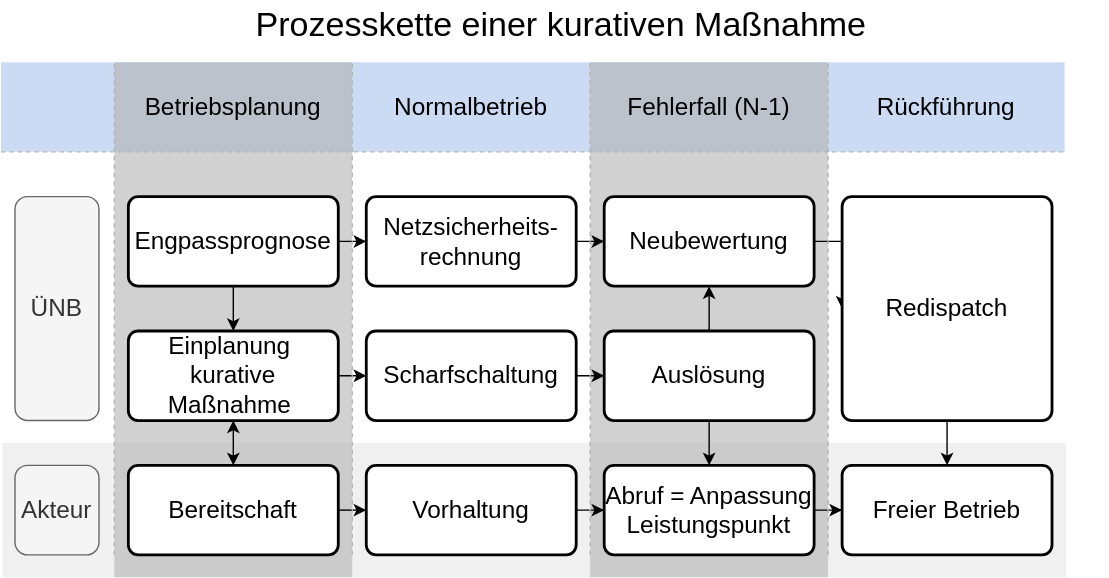
Above: figures/chapter_2/curative_process.svg in nikolaus0812/Masterarbeit-Ausgestaltung-eines-Marktmechanismus-fuer-kurative-Systemfuehrung-zur-Engpassbehebung (draw.io), before the change. Source tidied: cells renumbered, new cells last; positions are measured from the earlier drawing's top-left corner, leaving out a move shared by most shapes.
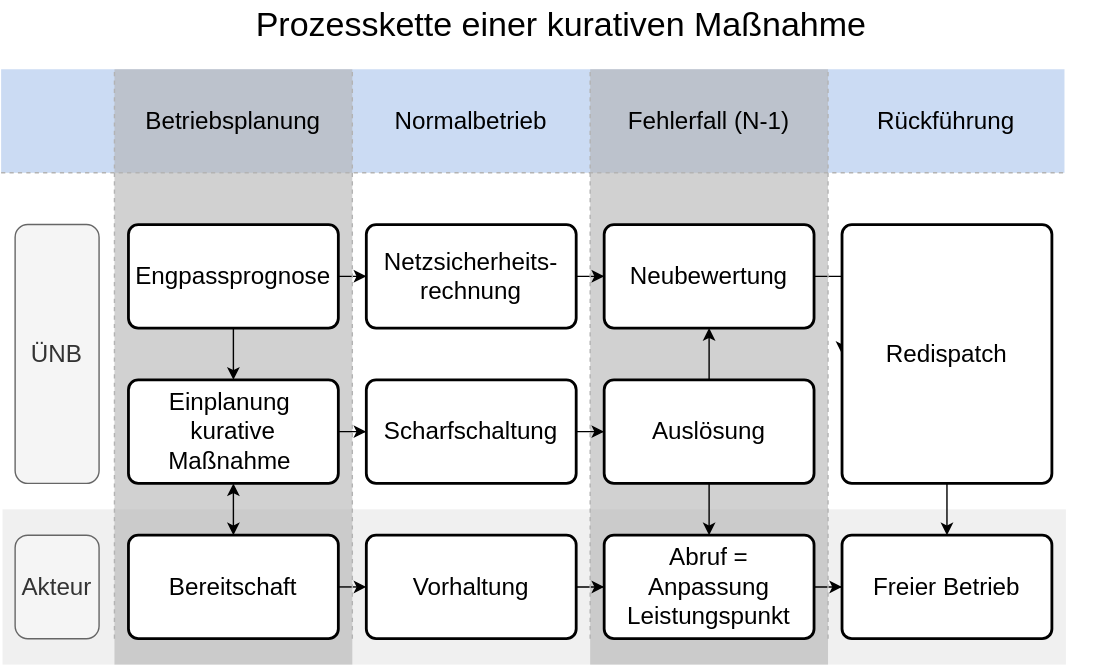
The same file after the commit.

Diff of the diagram source:
```diff
@@ -2,17 +2,17 @@
   <root>
     <mxCell id="0" />
     <mxCell id="1" parent="0" />
-    <mxCell id="2" style="rounded=0;whiteSpace=wrap;html=1;opacity=60;gradientColor=none;fillColor=light-dark(#E6E6E6,#EDEDED);strokeColor=none;fontSize=17.4;fontFamily=Helvetica;" parent="1" vertex="1">
-      <mxGeometry x="1" y="316" width="760" height="96" as="geometry" />
+    <mxCell id="2" style="rounded=0;whiteSpace=wrap;html=1;opacity=60;gradientColor=none;fillColor=light-dark(#E6E6E6,#EDEDED);strokeColor=none;fontSize=17.3;fontFamily=Helvetica;" parent="1" vertex="1">
+      <mxGeometry x="1" y="363.5" width="760" height="111" as="geometry" />
     </mxCell>
-    <mxCell id="3" style="rounded=0;whiteSpace=wrap;html=1;opacity=60;gradientColor=none;fillColor=light-dark(#A9C4EB,#EDEDED);strokeColor=none;fontSize=17.4;fontFamily=Helvetica;" parent="1" vertex="1">
-      <mxGeometry y="44" width="760" height="64" as="geometry" />
+    <mxCell id="3" style="rounded=0;whiteSpace=wrap;html=1;opacity=60;gradientColor=none;fillColor=light-dark(#A9C4EB,#EDEDED);strokeColor=none;fontSize=17.3;fontFamily=Helvetica;" parent="1" vertex="1">
+      <mxGeometry y="49" width="760" height="74" as="geometry" />
     </mxCell>
-    <mxCell id="4" style="rounded=0;whiteSpace=wrap;html=1;opacity=60;gradientColor=none;fillColor=light-dark(#B3B3B3,#EDEDED);strokeColor=none;fontSize=17.4;fontFamily=Helvetica;" parent="1" vertex="1">
-      <mxGeometry x="421" y="44" width="170" height="368" as="geometry" />
+    <mxCell id="4" style="rounded=0;whiteSpace=wrap;html=1;opacity=60;gradientColor=none;fillColor=light-dark(#B3B3B3,#EDEDED);strokeColor=none;fontSize=17.3;fontFamily=Helvetica;" parent="1" vertex="1">
+      <mxGeometry x="421" y="49" width="170" height="425.5" as="geometry" />
     </mxCell>
-    <mxCell id="5" style="rounded=0;whiteSpace=wrap;html=1;opacity=60;gradientColor=none;fillColor=light-dark(#B3B3B3,#EDEDED);strokeColor=none;fontSize=17.4;fontFamily=Helvetica;" parent="1" vertex="1">
-      <mxGeometry x="81" y="44" width="170" height="368" as="geometry" />
+    <mxCell id="5" style="rounded=0;whiteSpace=wrap;html=1;opacity=60;gradientColor=none;fillColor=light-dark(#B3B3B3,#EDEDED);strokeColor=none;fontSize=17.3;fontFamily=Helvetica;" parent="1" vertex="1">
+      <mxGeometry x="81" y="49" width="170" height="425.5" as="geometry" />
     </mxCell>
     <mxCell id="6" style="edgeStyle=orthogonalEdgeStyle;rounded=0;jettySize=auto;html=1;exitX=0.5;exitY=1;exitDx=0;exitDy=0;entryX=0.5;entryY=0;entryDx=0;entryDy=0;fontFamily=Helvetica;" parent="1" edge="1" source="8" target="13">
       <mxGeometry relative="1" as="geometry" />
@@ -20,79 +20,79 @@
     <mxCell id="7" style="edgeStyle=orthogonalEdgeStyle;rounded=0;jettySize=auto;html=1;fontFamily=Helvetica;" parent="1" edge="1" source="8" target="20">
       <mxGeometry relative="1" as="geometry" />
     </mxCell>
-    <mxCell id="8" value="Engpassprognose" style="rounded=1;whiteSpace=wrap;html=1;absoluteArcSize=1;arcSize=14;strokeWidth=2;fontSize=17.4;fontFamily=Helvetica;" parent="1" vertex="1">
-      <mxGeometry x="91" y="140" width="150" height="64" as="geometry" />
+    <mxCell id="8" value="Engpassprognose" style="rounded=1;whiteSpace=wrap;html=1;absoluteArcSize=1;arcSize=14;strokeWidth=2;fontSize=17.3;fontFamily=Helvetica;" parent="1" vertex="1">
+      <mxGeometry x="91" y="160" width="150" height="74" as="geometry" />
     </mxCell>
-    <mxCell id="9" value="ÜNB" style="text;html=1;whiteSpace=wrap;strokeColor=#666666;fillColor=#f5f5f5;align=center;verticalAlign=middle;rounded=1;fontSize=17.4;fontStyle=0;fontColor=#333333;fontFamily=Helvetica;" parent="1" vertex="1">
-      <mxGeometry x="10" y="140" width="60" height="160" as="geometry" />
+    <mxCell id="9" value="ÜNB" style="text;html=1;whiteSpace=wrap;strokeColor=#666666;fillColor=#f5f5f5;align=center;verticalAlign=middle;rounded=1;fontSize=17.3;fontStyle=0;fontColor=#333333;fontFamily=Helvetica;" parent="1" vertex="1">
+      <mxGeometry x="10" y="160" width="60" height="185" as="geometry" />
     </mxCell>
-    <mxCell id="10" value="Akteur" style="text;html=1;whiteSpace=wrap;strokeColor=#666666;fillColor=#f5f5f5;align=center;verticalAlign=middle;rounded=1;fontSize=17.4;fontStyle=0;fontColor=#333333;fontFamily=Helvetica;" parent="1" vertex="1">
-      <mxGeometry x="10" y="332" width="60" height="64" as="geometry" />
+    <mxCell id="10" value="Akteur" style="text;html=1;whiteSpace=wrap;strokeColor=#666666;fillColor=#f5f5f5;align=center;verticalAlign=middle;rounded=1;fontSize=17.3;fontStyle=0;fontColor=#333333;fontFamily=Helvetica;" parent="1" vertex="1">
+      <mxGeometry x="10" y="382" width="60" height="74" as="geometry" />
     </mxCell>
     <mxCell id="11" style="edgeStyle=orthogonalEdgeStyle;rounded=0;jettySize=auto;html=1;entryX=0.5;entryY=0;entryDx=0;entryDy=0;startArrow=classic;startFill=1;fontFamily=Helvetica;" parent="1" edge="1" target="15">
       <mxGeometry relative="1" as="geometry">
-        <mxPoint x="166" y="300" as="sourcePoint" />
+        <mxPoint x="166" y="345" as="sourcePoint" />
       </mxGeometry>
     </mxCell>
     <mxCell id="12" style="edgeStyle=orthogonalEdgeStyle;rounded=0;jettySize=auto;html=1;exitX=1;exitY=0.5;exitDx=0;exitDy=0;fontFamily=Helvetica;" parent="1" edge="1" source="13" target="22">
       <mxGeometry relative="1" as="geometry" />
     </mxCell>
-    <mxCell id="13" value="Einplanung&amp;nbsp;&lt;div&gt;kurative Maßnahme&amp;nbsp;&lt;/div&gt;" style="rounded=1;whiteSpace=wrap;html=1;absoluteArcSize=1;arcSize=14;strokeWidth=2;fontSize=17.4;fontFamily=Helvetica;" parent="1" vertex="1">
-      <mxGeometry x="91" y="236" width="150" height="64" as="geometry" />
+    <mxCell id="13" value="Einplanung&amp;nbsp;&lt;div&gt;kurative Maßnahme&amp;nbsp;&lt;/div&gt;" style="rounded=1;whiteSpace=wrap;html=1;absoluteArcSize=1;arcSize=14;strokeWidth=2;fontSize=17.3;fontFamily=Helvetica;" parent="1" vertex="1">
+      <mxGeometry x="91" y="271" width="150" height="74" as="geometry" />
     </mxCell>
     <mxCell id="14" style="edgeStyle=orthogonalEdgeStyle;rounded=0;jettySize=auto;html=1;exitX=1;exitY=0.5;exitDx=0;exitDy=0;entryX=0;entryY=0.5;entryDx=0;entryDy=0;fontFamily=Helvetica;" parent="1" edge="1" source="15" target="24">
       <mxGeometry relative="1" as="geometry" />
     </mxCell>
-    <mxCell id="15" value="Bereitschaft" style="rounded=1;whiteSpace=wrap;html=1;absoluteArcSize=1;arcSize=14;strokeWidth=2;fontSize=17.4;fontFamily=Helvetica;" parent="1" vertex="1">
-      <mxGeometry x="91" y="332" width="150" height="64" as="geometry" />
+    <mxCell id="15" value="Bereitschaft" style="rounded=1;whiteSpace=wrap;html=1;absoluteArcSize=1;arcSize=14;strokeWidth=2;fontSize=17.3;fontFamily=Helvetica;" parent="1" vertex="1">
+      <mxGeometry x="91" y="382" width="150" height="74" as="geometry" />
     </mxCell>
-    <mxCell id="16" style="endArrow=none;html=1;rounded=1;dashed=1;curved=0;strokeColor=#B3B3B3;fontSize=17.4;fontFamily=Helvetica;" parent="1" edge="1">
+    <mxCell id="16" style="endArrow=none;html=1;rounded=1;dashed=1;curved=0;strokeColor=#B3B3B3;fontSize=17.3;fontFamily=Helvetica;" parent="1" edge="1">
       <mxGeometry relative="1" as="geometry">
-        <mxPoint x="81" y="396" as="sourcePoint" />
-        <mxPoint x="81" y="44" as="targetPoint" />
+        <mxPoint x="81" y="456" as="sourcePoint" />
+        <mxPoint x="81" y="49" as="targetPoint" />
       </mxGeometry>
     </mxCell>
-    <mxCell id="17" style="endArrow=none;html=1;rounded=1;dashed=1;curved=0;strokeColor=#B3B3B3;fontSize=17.4;fontFamily=Helvetica;" parent="1" edge="1">
+    <mxCell id="17" style="endArrow=none;html=1;rounded=1;dashed=1;curved=0;strokeColor=#B3B3B3;fontSize=17.3;fontFamily=Helvetica;" parent="1" edge="1">
       <mxGeometry relative="1" as="geometry">
-        <mxPoint x="251" y="396" as="sourcePoint" />
-        <mxPoint x="251" y="44" as="targetPoint" />
+        <mxPoint x="251" y="456" as="sourcePoint" />
+        <mxPoint x="251" y="49" as="targetPoint" />
       </mxGeometry>
     </mxCell>
-    <mxCell id="18" style="endArrow=none;html=1;rounded=1;dashed=1;curved=0;strokeColor=#B3B3B3;fontSize=17.4;fontFamily=Helvetica;" parent="1" edge="1">
+    <mxCell id="18" style="endArrow=none;html=1;rounded=1;dashed=1;curved=0;strokeColor=#B3B3B3;fontSize=17.3;fontFamily=Helvetica;" parent="1" edge="1">
       <mxGeometry relative="1" as="geometry">
-        <mxPoint y="108" as="sourcePoint" />
-        <mxPoint x="760" y="108" as="targetPoint" />
+        <mxPoint y="123" as="sourcePoint" />
+        <mxPoint x="760" y="123" as="targetPoint" />
       </mxGeometry>
     </mxCell>
     <mxCell id="19" style="edgeStyle=orthogonalEdgeStyle;rounded=0;jettySize=auto;html=1;fontFamily=Helvetica;" parent="1" edge="1" source="20" target="27">
       <mxGeometry relative="1" as="geometry" />
     </mxCell>
-    <mxCell id="20" value="Netzsicherheits-&#10;rechnung" style="rounded=1;whiteSpace=wrap;html=1;absoluteArcSize=1;arcSize=14;strokeWidth=2;fontSize=17.4;fontFamily=Helvetica;" parent="1" vertex="1">
-      <mxGeometry x="261" y="140" width="150" height="64" as="geometry" />
+    <mxCell id="20" value="Netzsicherheits-&#10;rechnung" style="rounded=1;whiteSpace=wrap;html=1;absoluteArcSize=1;arcSize=14;strokeWidth=2;fontSize=17.3;fontFamily=Helvetica;" parent="1" vertex="1">
+      <mxGeometry x="261" y="160" width="150" height="74" as="geometry" />
     </mxCell>
     <mxCell id="21" style="edgeStyle=orthogonalEdgeStyle;rounded=0;jettySize=auto;html=1;fontFamily=Helvetica;" parent="1" edge="1" source="22" target="30">
       <mxGeometry relative="1" as="geometry" />
     </mxCell>
-    <mxCell id="22" value="Scharfschaltung" style="rounded=1;whiteSpace=wrap;html=1;absoluteArcSize=1;arcSize=14;strokeWidth=2;fontSize=17.4;fontFamily=Helvetica;" parent="1" vertex="1">
-      <mxGeometry x="261" y="236" width="150" height="64" as="geometry" />
+    <mxCell id="22" value="Scharfschaltung" style="rounded=1;whiteSpace=wrap;html=1;absoluteArcSize=1;arcSize=14;strokeWidth=2;fontSize=17.3;fontFamily=Helvetica;" parent="1" vertex="1">
+      <mxGeometry x="261" y="271" width="150" height="74" as="geometry" />
     </mxCell>
     <mxCell id="23" style="edgeStyle=orthogonalEdgeStyle;rounded=0;jettySize=auto;html=1;exitX=1;exitY=0.5;exitDx=0;exitDy=0;fontFamily=Helvetica;" parent="1" edge="1" source="24" target="32">
       <mxGeometry relative="1" as="geometry" />
     </mxCell>
-    <mxCell id="24" value="Vorhaltung" style="rounded=1;whiteSpace=wrap;html=1;absoluteArcSize=1;arcSize=14;strokeWidth=2;fontSize=17.4;fontFamily=Helvetica;" parent="1" vertex="1">
-      <mxGeometry x="261" y="332" width="150" height="64" as="geometry" />
+    <mxCell id="24" value="Vorhaltung" style="rounded=1;whiteSpace=wrap;html=1;absoluteArcSize=1;arcSize=14;strokeWidth=2;fontSize=17.3;fontFamily=Helvetica;" parent="1" vertex="1">
+      <mxGeometry x="261" y="382" width="150" height="74" as="geometry" />
     </mxCell>
-    <mxCell id="25" style="endArrow=none;html=1;rounded=1;dashed=1;curved=0;strokeColor=#B3B3B3;fontSize=17.4;fontFamily=Helvetica;" parent="1" edge="1">
+    <mxCell id="25" style="endArrow=none;html=1;rounded=1;dashed=1;curved=0;strokeColor=#B3B3B3;fontSize=17.3;fontFamily=Helvetica;" parent="1" edge="1">
       <mxGeometry relative="1" as="geometry">
-        <mxPoint x="421" y="396" as="sourcePoint" />
-        <mxPoint x="421" y="44" as="targetPoint" />
+        <mxPoint x="421" y="456" as="sourcePoint" />
+        <mxPoint x="421" y="49" as="targetPoint" />
       </mxGeometry>
     </mxCell>
     <mxCell id="26" style="edgeStyle=orthogonalEdgeStyle;rounded=0;jettySize=auto;html=1;fontFamily=Helvetica;" parent="1" edge="1" source="27" target="35">
       <mxGeometry relative="1" as="geometry" />
     </mxCell>
-    <mxCell id="27" value="Neubewertung" style="rounded=1;whiteSpace=wrap;html=1;absoluteArcSize=1;arcSize=14;strokeWidth=2;fontSize=17.4;fontFamily=Helvetica;" parent="1" vertex="1">
-      <mxGeometry x="431" y="140" width="150" height="64" as="geometry" />
+    <mxCell id="27" value="Neubewertung" style="rounded=1;whiteSpace=wrap;html=1;absoluteArcSize=1;arcSize=14;strokeWidth=2;fontSize=17.3;fontFamily=Helvetica;" parent="1" vertex="1">
+      <mxGeometry x="431" y="160" width="150" height="74" as="geometry" />
     </mxCell>
     <mxCell id="28" style="edgeStyle=orthogonalEdgeStyle;rounded=0;jettySize=auto;html=1;exitX=0.5;exitY=1;exitDx=0;exitDy=0;entryX=0.5;entryY=0;entryDx=0;entryDy=0;fontFamily=Helvetica;" parent="1" edge="1" source="30" target="32">
       <mxGeometry relative="1" as="geometry" />
@@ -100,41 +100,41 @@
     <mxCell id="29" style="edgeStyle=orthogonalEdgeStyle;rounded=0;jettySize=auto;html=1;exitX=0.5;exitY=0;exitDx=0;exitDy=0;entryX=0.5;entryY=1;entryDx=0;entryDy=0;fontFamily=Helvetica;" parent="1" edge="1" source="30" target="27">
       <mxGeometry relative="1" as="geometry" />
     </mxCell>
-    <mxCell id="30" value="Auslösung" style="rounded=1;whiteSpace=wrap;html=1;absoluteArcSize=1;arcSize=14;strokeWidth=2;fontSize=17.4;fontFamily=Helvetica;" parent="1" vertex="1">
-      <mxGeometry x="431" y="236" width="150" height="64" as="geometry" />
+    <mxCell id="30" value="Auslösung" style="rounded=1;whiteSpace=wrap;html=1;absoluteArcSize=1;arcSize=14;strokeWidth=2;fontSize=17.3;fontFamily=Helvetica;" parent="1" vertex="1">
+      <mxGeometry x="431" y="271" width="150" height="74" as="geometry" />
     </mxCell>
     <mxCell id="31" style="edgeStyle=orthogonalEdgeStyle;rounded=0;jettySize=auto;html=1;fontFamily=Helvetica;" parent="1" edge="1" source="32" target="36">
       <mxGeometry relative="1" as="geometry" />
     </mxCell>
-    <mxCell id="32" value="Abruf = Anpassung Leistungspunkt" style="rounded=1;whiteSpace=wrap;html=1;absoluteArcSize=1;arcSize=14;strokeWidth=2;fontSize=17.4;fontFamily=Helvetica;" parent="1" vertex="1">
-      <mxGeometry x="431" y="332" width="150" height="64" as="geometry" />
+    <mxCell id="32" value="Abruf =&#10;Anpassung&#10;Leistungspunkt" style="rounded=1;whiteSpace=wrap;html=1;absoluteArcSize=1;arcSize=14;strokeWidth=2;fontSize=17.3;fontFamily=Helvetica;" parent="1" vertex="1">
+      <mxGeometry x="431" y="382" width="150" height="74" as="geometry" />
     </mxCell>
-    <mxCell id="33" style="endArrow=none;html=1;rounded=1;dashed=1;curved=0;strokeColor=#B3B3B3;fontSize=17.4;fontFamily=Helvetica;" parent="1" edge="1">
+    <mxCell id="33" style="endArrow=none;html=1;rounded=1;dashed=1;curved=0;strokeColor=#B3B3B3;fontSize=17.3;fontFamily=Helvetica;" parent="1" edge="1">
       <mxGeometry relative="1" as="geometry">
-        <mxPoint x="591" y="396" as="sourcePoint" />
-        <mxPoint x="591" y="44" as="targetPoint" />
+        <mxPoint x="591" y="456" as="sourcePoint" />
+        <mxPoint x="591" y="49" as="targetPoint" />
       </mxGeometry>
     </mxCell>
     <mxCell id="34" style="edgeStyle=orthogonalEdgeStyle;rounded=0;jettySize=auto;html=1;fontFamily=Helvetica;" parent="1" edge="1" source="35" target="36">
       <mxGeometry relative="1" as="geometry" />
     </mxCell>
-    <mxCell id="35" value="Redispatch" style="rounded=1;whiteSpace=wrap;html=1;absoluteArcSize=1;arcSize=14;strokeWidth=2;fontSize=17.4;fontFamily=Helvetica;" parent="1" vertex="1">
-      <mxGeometry x="601" y="140" width="150" height="160" as="geometry" />
+    <mxCell id="35" value="Redispatch" style="rounded=1;whiteSpace=wrap;html=1;absoluteArcSize=1;arcSize=14;strokeWidth=2;fontSize=17.3;fontFamily=Helvetica;" parent="1" vertex="1">
+      <mxGeometry x="601" y="160" width="150" height="185" as="geometry" />
     </mxCell>
-    <mxCell id="36" value="Freier Betrieb" style="rounded=1;whiteSpace=wrap;html=1;absoluteArcSize=1;arcSize=14;strokeWidth=2;fontSize=17.4;fontFamily=Helvetica;" parent="1" vertex="1">
-      <mxGeometry x="601" y="332" width="150" height="64" as="geometry" />
+    <mxCell id="36" value="Freier Betrieb" style="rounded=1;whiteSpace=wrap;html=1;absoluteArcSize=1;arcSize=14;strokeWidth=2;fontSize=17.3;fontFamily=Helvetica;" parent="1" vertex="1">
+      <mxGeometry x="601" y="382" width="150" height="74" as="geometry" />
     </mxCell>
-    <mxCell id="37" value="Betriebsplanung" style="text;html=1;whiteSpace=wrap;strokeColor=none;fillColor=none;align=center;verticalAlign=middle;rounded=0;fontSize=17.4;fontFamily=Helvetica;" parent="1" vertex="1">
-      <mxGeometry x="81" y="44" width="170" height="64" as="geometry" />
+    <mxCell id="37" value="Betriebsplanung" style="text;html=1;whiteSpace=wrap;strokeColor=none;fillColor=none;align=center;verticalAlign=middle;rounded=0;fontSize=17.3;fontFamily=Helvetica;" parent="1" vertex="1">
+      <mxGeometry x="81" y="49" width="170" height="74" as="geometry" />
     </mxCell>
-    <mxCell id="38" value="Normalbetrieb" style="text;html=1;whiteSpace=wrap;strokeColor=none;fillColor=none;align=center;verticalAlign=middle;rounded=0;fontSize=17.4;fontFamily=Helvetica;" parent="1" vertex="1">
-      <mxGeometry x="251" y="44" width="170" height="64" as="geometry" />
+    <mxCell id="38" value="Normalbetrieb" style="text;html=1;whiteSpace=wrap;strokeColor=none;fillColor=none;align=center;verticalAlign=middle;rounded=0;fontSize=17.3;fontFamily=Helvetica;" parent="1" vertex="1">
+      <mxGeometry x="251" y="49" width="170" height="74" as="geometry" />
     </mxCell>
-    <mxCell id="39" value="Fehlerfall (N-1)" style="text;html=1;whiteSpace=wrap;strokeColor=none;fillColor=none;align=center;verticalAlign=middle;rounded=0;fontSize=17.4;fontFamily=Helvetica;" parent="1" vertex="1">
-      <mxGeometry x="421" y="44" width="170" height="64" as="geometry" />
+    <mxCell id="39" value="Fehlerfall (N-1)" style="text;html=1;whiteSpace=wrap;strokeColor=none;fillColor=none;align=center;verticalAlign=middle;rounded=0;fontSize=17.3;fontFamily=Helvetica;" parent="1" vertex="1">
+      <mxGeometry x="421" y="49" width="170" height="74" as="geometry" />
     </mxCell>
-    <mxCell id="40" value="Rückführung" style="text;html=1;whiteSpace=wrap;strokeColor=none;fillColor=none;align=center;verticalAlign=middle;rounded=0;fontSize=17.4;fontFamily=Helvetica;" parent="1" vertex="1">
-      <mxGeometry x="590" y="44" width="171" height="64" as="geometry" />
+    <mxCell id="40" value="Rückführung" style="text;html=1;whiteSpace=wrap;strokeColor=none;fillColor=none;align=center;verticalAlign=middle;rounded=0;fontSize=17.3;fontFamily=Helvetica;" parent="1" vertex="1">
+      <mxGeometry x="590" y="49" width="171" height="74" as="geometry" />
     </mxCell>
     <mxCell id="41" value="Prozesskette einer kurativen Maßnahme" style="text;html=1;align=center;verticalAlign=middle;fontFamily=Helvetica;fontSize=24.3;fontStyle=0;" parent="1" vertex="1">
       <mxGeometry x="10" width="780" height="34" as="geometry" />
```
